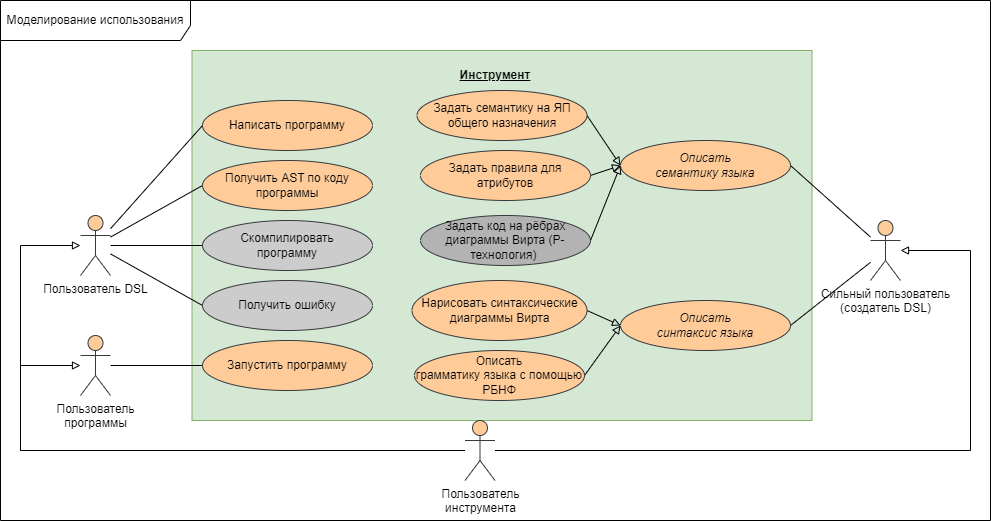
This is _docs/diagrams/functional_requirements.png from aVorotnikov/dsl_generator, a draw.io export, as it was before one commit. Source tidied: cells renumbered, new cells last; positions are measured from the earlier drawing's top-left corner, leaving out a move shared by most shapes.
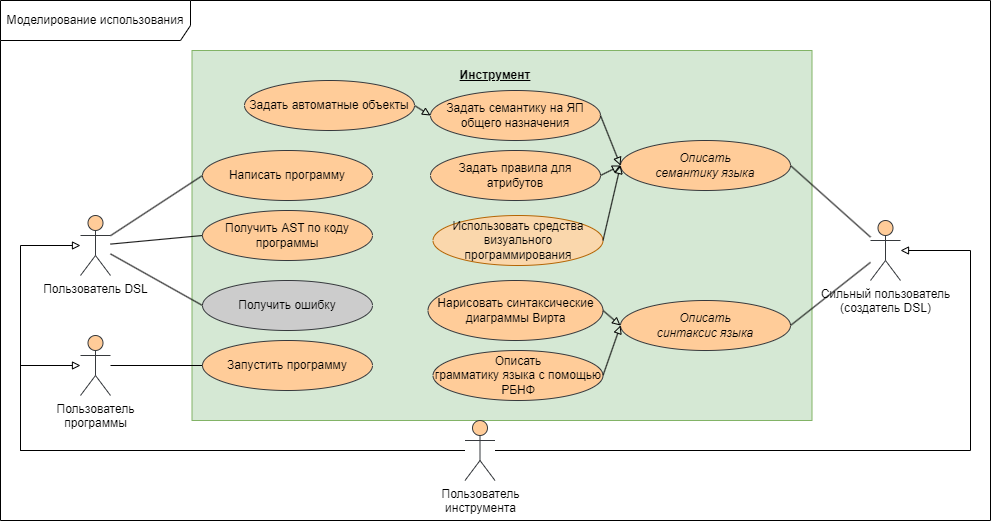
Above is the later version.

Commit message:
Update functional requirements

Change to the diagram source:
```diff
@@ -18,16 +18,13 @@
       <mxGeometry x="465" y="60" width="60" height="30" as="geometry" />
     </mxCell>
     <mxCell id="7" value="Написать программу" style="ellipse;whiteSpace=wrap;html=1;fillColor=#ffcc99;strokeColor=#36393d;" parent="1" vertex="1">
-      <mxGeometry x="202" y="100" width="170" height="50" as="geometry" />
+      <mxGeometry x="202" y="150" width="170" height="50" as="geometry" />
     </mxCell>
     <mxCell id="8" value="Запустить программу" style="ellipse;whiteSpace=wrap;html=1;fillColor=#ffcc99;strokeColor=#36393d;" parent="1" vertex="1">
       <mxGeometry x="202" y="340" width="170" height="50" as="geometry" />
     </mxCell>
-    <mxCell id="9" value="Скомпилировать&lt;br&gt;программу" style="ellipse;whiteSpace=wrap;html=1;fillColor=#CCCCCC;strokeColor=#36393d;" parent="1" vertex="1">
-      <mxGeometry x="202" y="220" width="170" height="50" as="geometry" />
-    </mxCell>
     <mxCell id="10" value="Получить AST по коду программы" style="ellipse;whiteSpace=wrap;html=1;fillColor=#ffcc99;strokeColor=#36393d;" parent="1" vertex="1">
-      <mxGeometry x="202" y="160" width="170" height="50" as="geometry" />
+      <mxGeometry x="202" y="210" width="170" height="50" as="geometry" />
     </mxCell>
     <mxCell id="11" value="&lt;i style=&quot;&quot;&gt;Описать&lt;br&gt;семантику языка&lt;/i&gt;" style="ellipse;whiteSpace=wrap;html=1;fillColor=#ffcc99;strokeColor=#36393d;" parent="1" vertex="1">
       <mxGeometry x="620" y="140" width="170" height="50" as="geometry" />
@@ -36,10 +33,10 @@
       <mxGeometry x="620" y="300" width="170" height="50" as="geometry" />
     </mxCell>
     <mxCell id="13" value="Задать правила для атрибутов" style="ellipse;whiteSpace=wrap;html=1;fillColor=#ffcc99;strokeColor=#36393d;" parent="1" vertex="1">
-      <mxGeometry x="420" y="150" width="170" height="50" as="geometry" />
+      <mxGeometry x="430" y="150" width="170" height="50" as="geometry" />
     </mxCell>
     <mxCell id="14" value="Описать&lt;br&gt;грамматику языка с помощью РБНФ" style="ellipse;whiteSpace=wrap;html=1;fillColor=#ffcc99;strokeColor=#36393d;" parent="1" vertex="1">
-      <mxGeometry x="414" y="350" width="170" height="50" as="geometry" />
+      <mxGeometry x="432.5" y="350" width="170" height="50" as="geometry" />
     </mxCell>
     <mxCell id="15" style="endArrow=none;html=1;rounded=0;entryX=0;entryY=0.5;entryDx=0;entryDy=0;" parent="1" edge="1" source="3" target="10">
       <mxGeometry relative="1" as="geometry" />
@@ -53,9 +50,6 @@
     <mxCell id="18" style="endArrow=none;html=1;rounded=0;entryX=0;entryY=0.5;entryDx=0;entryDy=0;" parent="1" edge="1" source="3" target="7">
       <mxGeometry relative="1" as="geometry" />
     </mxCell>
-    <mxCell id="19" style="endArrow=none;html=1;rounded=0;entryX=0;entryY=0.5;entryDx=0;entryDy=0;" parent="1" edge="1" source="3" target="9">
-      <mxGeometry relative="1" as="geometry" />
-    </mxCell>
     <mxCell id="20" style="endArrow=none;html=1;rounded=0;entryX=1;entryY=0.5;entryDx=0;entryDy=0;" parent="1" edge="1" source="4" target="11">
       <mxGeometry relative="1" as="geometry" />
     </mxCell>
@@ -90,7 +84,7 @@
       </mxGeometry>
     </mxCell>
     <mxCell id="26" value="Нарисовать синтаксические диаграммы Вирта" style="ellipse;whiteSpace=wrap;html=1;fillColor=#ffcc99;strokeColor=#36393d;" parent="1" vertex="1">
-      <mxGeometry x="411.5" y="280" width="175" height="60" as="geometry" />
+      <mxGeometry x="427.5" y="280" width="175" height="60" as="geometry" />
     </mxCell>
     <mxCell id="27" style="endArrow=block;html=1;rounded=0;entryX=0;entryY=0.5;entryDx=0;entryDy=0;endFill=0;exitX=1;exitY=0.5;exitDx=0;exitDy=0;" parent="1" edge="1" source="26" target="12">
       <mxGeometry relative="1" as="geometry" />
@@ -99,7 +93,7 @@
       <mxGeometry relative="1" as="geometry" />
     </mxCell>
     <mxCell id="29" value="Задать семантику на ЯП общего назначения" style="ellipse;whiteSpace=wrap;html=1;fillColor=#ffcc99;strokeColor=#36393d;" parent="1" vertex="1">
-      <mxGeometry x="416.5" y="90" width="170" height="50" as="geometry" />
+      <mxGeometry x="430" y="90" width="170" height="50" as="geometry" />
     </mxCell>
     <mxCell id="30" style="endArrow=block;html=1;rounded=0;endFill=0;exitX=1;exitY=0.5;exitDx=0;exitDy=0;entryX=0;entryY=0.5;entryDx=0;entryDy=0;" parent="1" edge="1" source="29" target="11">
       <mxGeometry relative="1" as="geometry" />
@@ -113,11 +107,17 @@
     <mxCell id="33" style="endArrow=none;html=1;rounded=0;entryX=0;entryY=0.5;entryDx=0;entryDy=0;" parent="1" edge="1" source="3" target="32">
       <mxGeometry relative="1" as="geometry" />
     </mxCell>
-    <mxCell id="34" value="Задать код на рёбрах диаграммы Вирта (Р-технология)&amp;nbsp;" style="ellipse;whiteSpace=wrap;html=1;fillColor=#B3B3B3;strokeColor=#36393d;" parent="1" vertex="1">
-      <mxGeometry x="420" y="215" width="170" height="50" as="geometry" />
+    <mxCell id="34" value="Использовать средства визуального программирования" style="ellipse;whiteSpace=wrap;html=1;fillColor=#fad7ac;strokeColor=#b46504;" parent="1" vertex="1">
+      <mxGeometry x="432.5" y="215" width="170" height="50" as="geometry" />
     </mxCell>
     <mxCell id="35" style="endArrow=block;html=1;rounded=0;endFill=0;exitX=1;exitY=0.5;exitDx=0;exitDy=0;entryX=0;entryY=0.5;entryDx=0;entryDy=0;" parent="1" edge="1" source="34" target="11">
       <mxGeometry relative="1" as="geometry" />
     </mxCell>
+    <mxCell id="36" style="endArrow=block;html=1;rounded=0;endFill=0;exitX=1;exitY=0.5;exitDx=0;exitDy=0;entryX=0;entryY=0.5;entryDx=0;entryDy=0;" parent="1" edge="1" source="37" target="29">
+      <mxGeometry relative="1" as="geometry" />
+    </mxCell>
+    <mxCell id="37" value="Задать автоматные объекты" style="ellipse;whiteSpace=wrap;html=1;fillColor=#ffcc99;strokeColor=#36393d;" parent="1" vertex="1">
+      <mxGeometry x="244" y="80" width="170" height="50" as="geometry" />
+    </mxCell>
   </root>
 </mxGraphModel>
```
